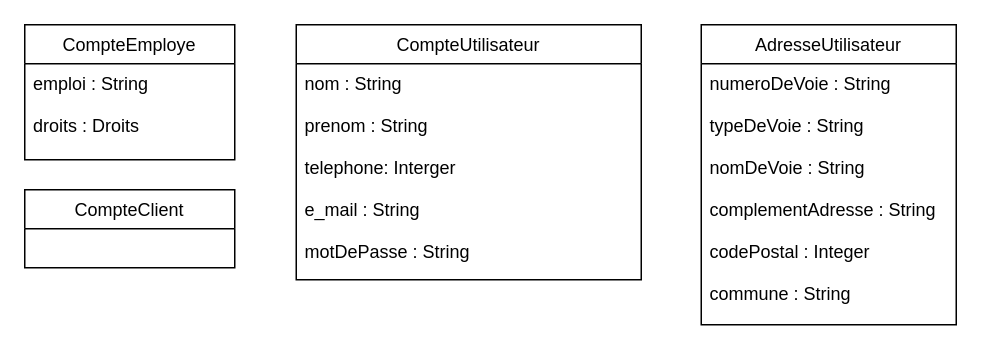
vinsbld/StechOcPizz keeps this draw.io diagram as Untitled Diagram.drawio. Above is the earlier version. Source tidied: cells renumbered, new cells numbered last; positions are measured from the earlier drawing's top-left corner, leaving out a move shared by most shapes. Both pictures are drawn from the tidied source at 150%, with x=0, y=0 at pixel (24, 24).
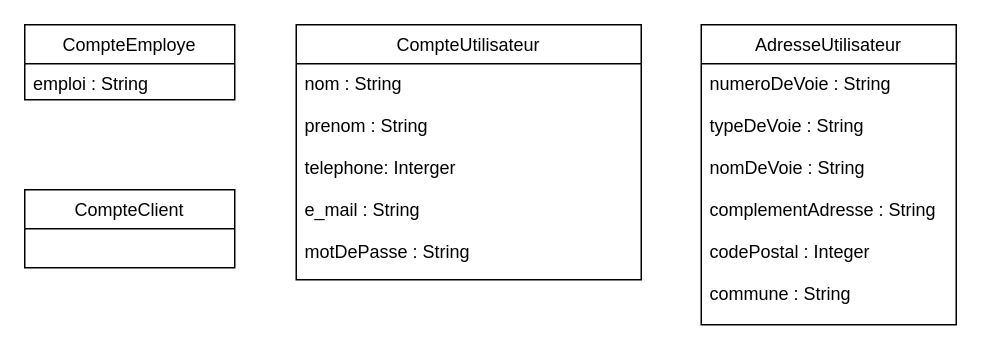
The same diagram, later.

The edit, as a diff of the source:
```diff
@@
 <mxGraphModel>
   <root>
     <mxCell id="0" />
     <mxCell id="1" parent="0" />
     <mxCell id="2" value="CompteEmploye" style="swimlane;fontStyle=0;horizontal=1;startSize=26;fillColor=none;" parent="1" vertex="1">
-      <mxGeometry width="140" height="90" as="geometry" />
+      <mxGeometry width="140" height="50" as="geometry" />
     </mxCell>
-    <mxCell id="3" value="emploi : String&#10;&#10;droits : Droits&#10;" style="text;strokeColor=none;fillColor=none;align=left;verticalAlign=top;spacingLeft=4;spacingRight=4;overflow=hidden;" parent="2" vertex="1">
-      <mxGeometry y="26" width="140" height="64" as="geometry" />
+    <mxCell id="3" value="emploi : String&#10;" style="text;strokeColor=none;fillColor=none;align=left;verticalAlign=top;spacingLeft=4;spacingRight=4;overflow=hidden;" parent="2" vertex="1">
+      <mxGeometry y="26" width="140" height="24" as="geometry" />
     </mxCell>
     <mxCell id="4" value="CompteUtilisateur" style="swimlane;fontStyle=0;horizontal=1;startSize=26;fillColor=none;" parent="1" vertex="1">
       <mxGeometry x="181" width="230" height="170" as="geometry" />
     </mxCell>
     <mxCell id="5" value="nom : String&#10;&#10;prenom : String&#10;&#10;telephone: Interger&#10;&#10;e_mail : String&#10;&#10;motDePasse : String&#10;" style="text;strokeColor=none;fillColor=none;align=left;verticalAlign=top;spacingLeft=4;spacingRight=4;overflow=hidden;" parent="4" vertex="1">
       <mxGeometry y="26" width="230" height="144" as="geometry" />
     </mxCell>
     <mxCell id="6" value="CompteClient" style="swimlane;fontStyle=0;horizontal=1;startSize=26;fillColor=none;" parent="1" vertex="1">
       <mxGeometry y="110" width="140" height="52" as="geometry" />
     </mxCell>
     <mxCell id="7" value="AdresseUtilisateur" style="swimlane;fontStyle=0;horizontal=1;startSize=26;fillColor=none;" parent="1" vertex="1">
       <mxGeometry x="451" width="170" height="200" as="geometry" />
     </mxCell>
     <mxCell id="8" value="numeroDeVoie : String&#10;&#10;typeDeVoie : String&#10;&#10;nomDeVoie : String&#10;&#10;complementAdresse : String&#10;&#10;codePostal : Integer&#10;&#10;commune : String&#10;&#10;&#10;&#10;" style="text;strokeColor=none;fillColor=none;align=left;verticalAlign=top;spacingLeft=4;spacingRight=4;overflow=hidden;" parent="7" vertex="1">
       <mxGeometry y="26" width="170" height="174" as="geometry" />
     </mxCell>
   </root>
 </mxGraphModel>
```
